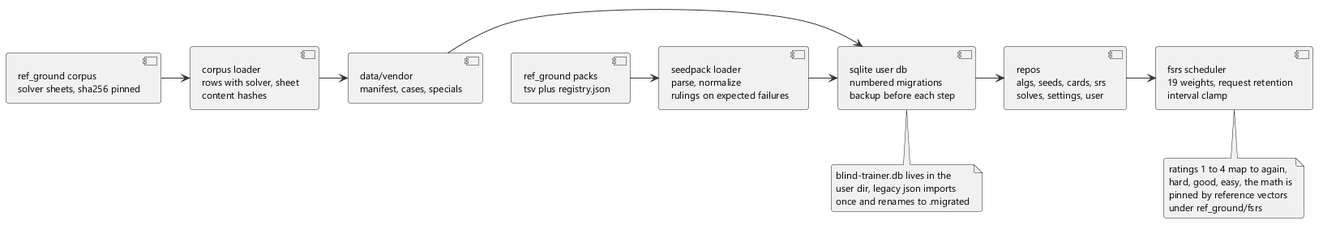
The PlantUML diagram docs/diagrams/04-data.png in lavantien/blind-trainer, before a commit.
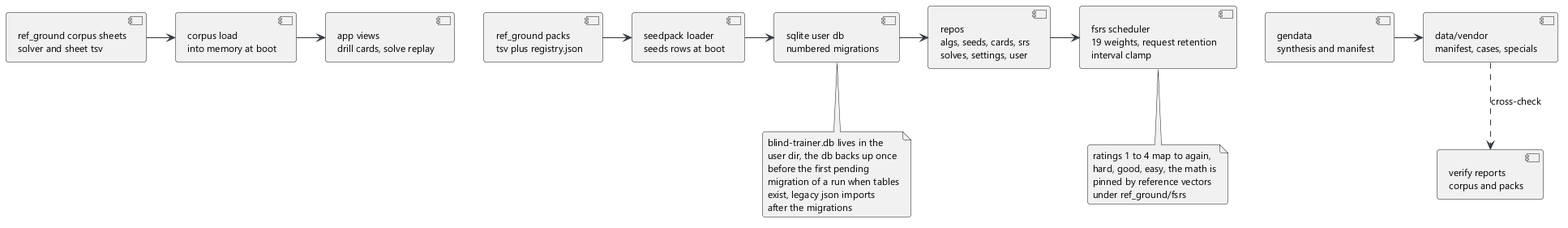
After the change.

The edit, as a diff of the source:
```diff
@@ -5,25 +5,32 @@
 skinparam roundCorner 6
 skinparam ArrowColor #2f3439
 skinparam NoteBackgroundColor #f4f5f6
-component "ref_ground corpus\nsolver sheets, sha256 pinned" as corpus
-component "corpus loader\nrows with solver, sheet\ncontent hashes" as loader
-component "data/vendor\nmanifest, cases, specials" as vendor
+component "ref_ground corpus sheets\nsolver and sheet tsv" as sheets
+component "corpus load\ninto memory at boot" as corpus
+component "app views\ndrill cards, solve replay" as views
 component "ref_ground packs\ntsv plus registry.json" as packs
-component "seedpack loader\nparse, normalize\nrulings on expected failures" as seedpack
-component "sqlite user db\nnumbered migrations\nbackup before each step" as db
+component "seedpack loader\nseeds rows at boot" as seedpack
+component "sqlite user db\nnumbered migrations" as db
 component "repos\nalgs, seeds, cards, srs\nsolves, settings, user" as repos
 component "fsrs scheduler\n19 weights, request retention\ninterval clamp" as fsrs
-corpus -> loader
-loader -> vendor
+component "gendata\nsynthesis and manifest" as gendata
+component "data/vendor\nmanifest, cases, specials" as vendor
+component "verify reports\ncorpus and packs" as reports
+sheets -> corpus
+corpus -> views
 packs -> seedpack
 seedpack -> db
-vendor -> db
 db -> repos
 repos -> fsrs
+gendata -> vendor
+vendor ..> reports : cross-check
 note bottom of db
   blind-trainer.db lives in the
-  user dir, legacy json imports
-  once and renames to .migrated
+  user dir, the db backs up once
+  before the first pending
+  migration of a run when tables
+  exist, legacy json imports
+  after the migrations
 end note
 note bottom of fsrs
   ratings 1 to 4 map to again,
```
